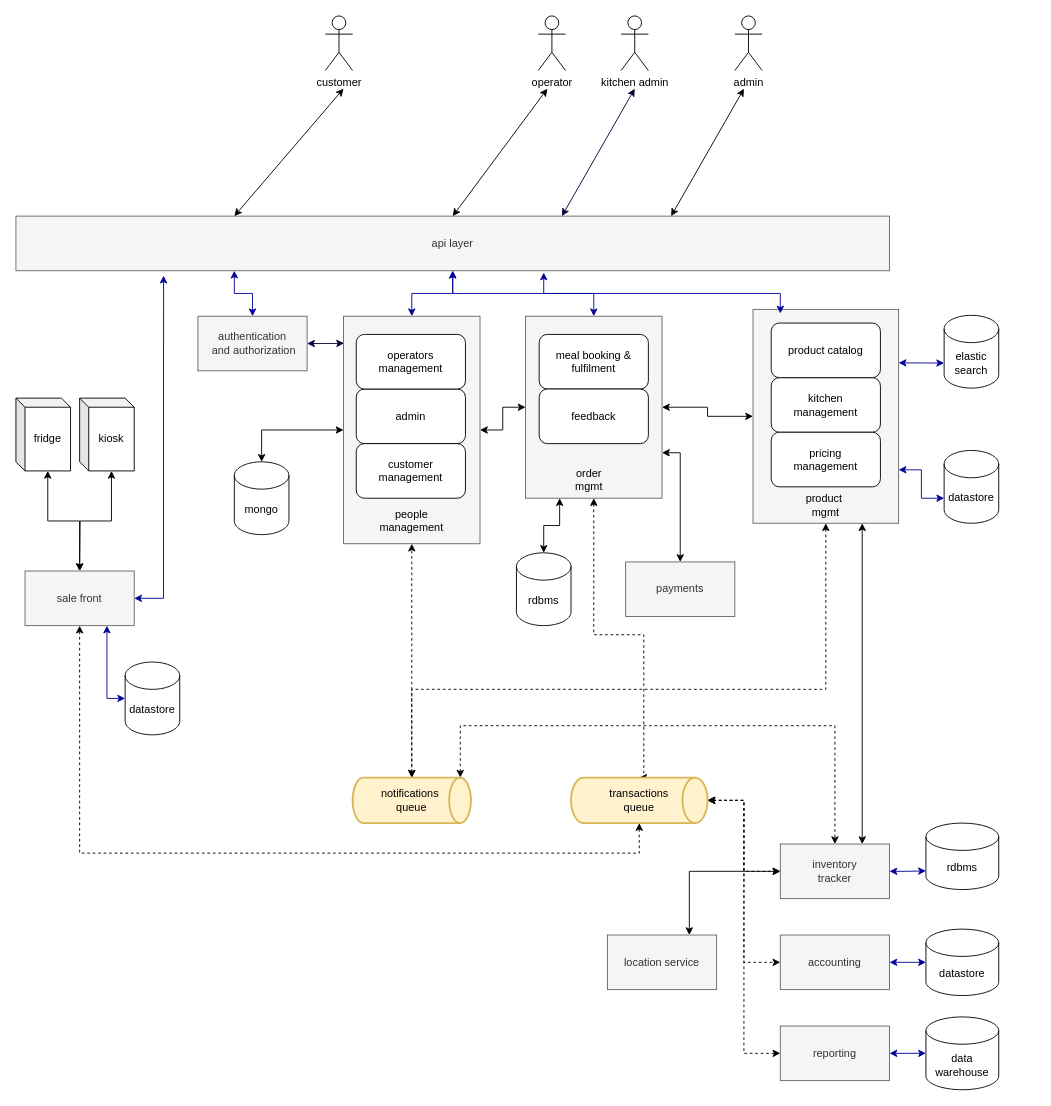
Above: farmacy architecture.drawio in vasco-11/archi-kata (draw.io), before the change. Source tidied: cells renumbered, new cells numbered last; positions are measured from the earlier drawing's top-left corner, leaving out a move shared by most shapes. Both pictures are drawn from the tidied source at 91%, with x=0, y=0 at pixel (15, 15).
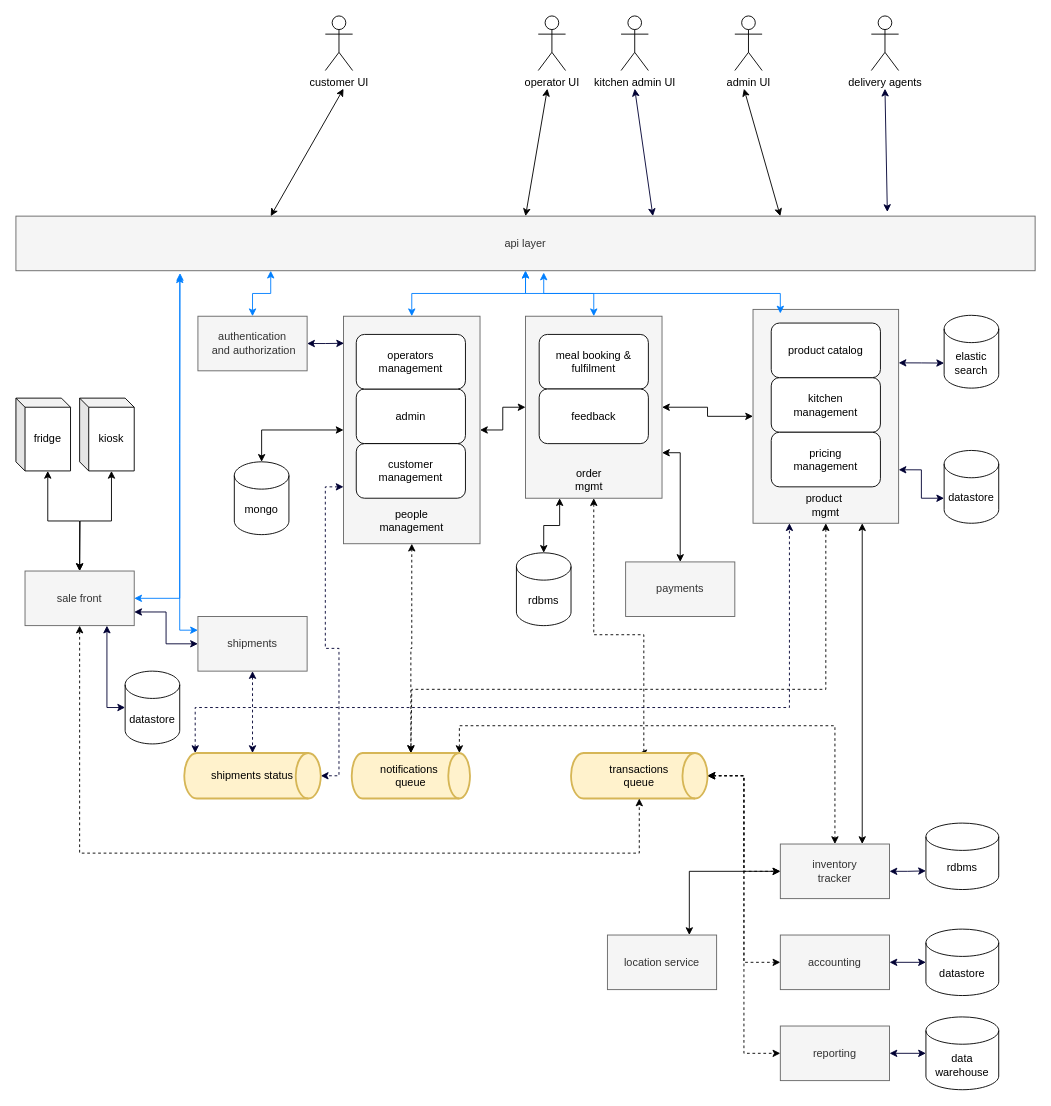
After the change.

Commit message (it also covers changes not shown here):
architecture updates - adds readme and missing components in diagram

Unchanged cells that the change refers to:
```xml
<mxCell id="6" style="rounded=0;whiteSpace=wrap;html=1;fillColor=#f5f5f5;strokeColor=#666666;fontColor=#333333;" parent="1" vertex="1">
  <mxGeometry x="810" y="322.5" width="160" height="235" as="geometry" />
</mxCell>
<mxCell id="12" style="rounded=0;whiteSpace=wrap;html=1;fillColor=#f5f5f5;strokeColor=#666666;fontColor=#333333;" parent="1" vertex="1">
  <mxGeometry x="560" y="330" width="150" height="200" as="geometry" />
</mxCell>
<mxCell id="14" style="rounded=0;whiteSpace=wrap;html=1;fillColor=#f5f5f5;strokeColor=#666666;fontColor=#333333;" parent="1" vertex="1">
  <mxGeometry x="360" y="330" width="150" height="250" as="geometry" />
</mxCell>
<mxCell id="27" value="authentication&lt;br&gt;&amp;nbsp;and authorization" style="rounded=0;whiteSpace=wrap;html=1;fillColor=#f5f5f5;strokeColor=#666666;fontColor=#333333;" parent="1" vertex="1">
  <mxGeometry x="200" y="330" width="120" height="60" as="geometry" />
</mxCell>
<mxCell id="50" value="sale front" style="rounded=0;whiteSpace=wrap;html=1;fillColor=#f5f5f5;strokeColor=#666666;fontColor=#333333;" parent="1" vertex="1">
  <mxGeometry x="10" y="610" width="120" height="60" as="geometry" />
</mxCell>
<mxCell id="55" value="accounting" style="rounded=0;whiteSpace=wrap;html=1;fillColor=#f5f5f5;strokeColor=#666666;fontColor=#333333;" parent="1" vertex="1">
  <mxGeometry x="840" y="1010" width="120" height="60" as="geometry" />
</mxCell>
<mxCell id="56" value="reporting" style="rounded=0;whiteSpace=wrap;html=1;glass=0;fillColor=#f5f5f5;strokeColor=#666666;fontColor=#333333;" parent="1" vertex="1">
  <mxGeometry x="840" y="1110" width="120" height="60" as="geometry" />
</mxCell>
<mxCell id="58" value="inventory&lt;br&gt;tracker" style="rounded=0;whiteSpace=wrap;html=1;fillColor=#f5f5f5;strokeColor=#666666;fontColor=#333333;" parent="1" vertex="1">
  <mxGeometry x="840" y="910" width="120" height="60" as="geometry" />
</mxCell>
<mxCell id="65" value="elastic search" style="shape=cylinder3;whiteSpace=wrap;html=1;boundedLbl=1;backgroundOutline=1;size=15;rounded=0;glass=0;align=center;" parent="1" vertex="1">
  <mxGeometry x="1020" y="329" width="60" height="80" as="geometry" />
</mxCell>
<mxCell id="66" value="datastore" style="shape=cylinder3;whiteSpace=wrap;html=1;boundedLbl=1;backgroundOutline=1;size=15;rounded=0;glass=0;align=center;" parent="1" vertex="1">
  <mxGeometry x="1020" y="477.5" width="60" height="80" as="geometry" />
</mxCell>
<mxCell id="67" value="rdbms" style="shape=cylinder3;whiteSpace=wrap;html=1;boundedLbl=1;backgroundOutline=1;size=15;rounded=0;glass=0;align=center;" parent="1" vertex="1">
  <mxGeometry x="1000" y="887" width="80" height="73" as="geometry" />
</mxCell>
<mxCell id="69" value="data &lt;br&gt;warehouse" style="shape=cylinder3;whiteSpace=wrap;html=1;boundedLbl=1;backgroundOutline=1;size=15;rounded=0;glass=0;align=center;" parent="1" vertex="1">
  <mxGeometry x="1000" y="1100" width="80" height="80" as="geometry" />
</mxCell>
<mxCell id="71" value="datastore" style="shape=cylinder3;whiteSpace=wrap;html=1;boundedLbl=1;backgroundOutline=1;size=15;rounded=0;glass=0;align=center;" parent="1" vertex="1">
  <mxGeometry x="1000" y="1003.5" width="80" height="73" as="geometry" />
</mxCell>
```

Diff of the diagram source:
```diff
@@
-    <mxCell id="4" style="edgeStyle=orthogonalEdgeStyle;rounded=0;jettySize=auto;html=1;exitX=1;exitY=0.25;exitDx=0;exitDy=0;entryX=0;entryY=0;entryDx=0;entryDy=52.5;entryPerimeter=0;startArrow=classic;startFill=1;strokeColor=#000099;" parent="1" edge="1" source="6" target="65">
+    <mxCell id="4" style="edgeStyle=orthogonalEdgeStyle;rounded=0;jettySize=auto;html=1;exitX=1;exitY=0.25;exitDx=0;exitDy=0;entryX=0;entryY=0;entryDx=0;entryDy=52.5;entryPerimeter=0;startArrow=classic;startFill=1;strokeColor=#000033;" parent="1" edge="1" source="6" target="65">
       <mxGeometry relative="1" as="geometry" />
     </mxCell>
-    <mxCell id="5" style="edgeStyle=orthogonalEdgeStyle;rounded=0;jettySize=auto;html=1;exitX=1;exitY=0.75;exitDx=0;exitDy=0;entryX=0;entryY=0;entryDx=0;entryDy=52.5;entryPerimeter=0;startArrow=classic;startFill=1;strokeColor=#000099;" parent="1" edge="1" source="6" target="66">
+    <mxCell id="5" style="edgeStyle=orthogonalEdgeStyle;rounded=0;jettySize=auto;html=1;exitX=1;exitY=0.75;exitDx=0;exitDy=0;entryX=0;entryY=0;entryDx=0;entryDy=52.5;entryPerimeter=0;startArrow=classic;startFill=1;strokeColor=#000033;" parent="1" edge="1" source="6" target="66">
       <mxGeometry relative="1" as="geometry" />
     </mxCell>
@@
+    <mxCell id="74" style="edgeStyle=orthogonalEdgeStyle;rounded=0;jettySize=auto;html=1;exitX=0;exitY=0.75;exitDx=0;exitDy=0;entryX=1;entryY=0.5;entryDx=0;entryDy=0;entryPerimeter=0;startArrow=classic;startFill=1;strokeColor=#000033;dashed=1;" parent="1" edge="1" source="14" target="80">
+      <mxGeometry relative="1" as="geometry" />
+    </mxCell>
@@
-    <mxCell id="15" style="edgeStyle=orthogonalEdgeStyle;rounded=0;jettySize=auto;html=1;exitX=0.25;exitY=1;exitDx=0;exitDy=0;startArrow=classic;startFill=1;strokeColor=#000099;" parent="1" edge="1" source="19" target="27">
+    <mxCell id="15" style="edgeStyle=orthogonalEdgeStyle;rounded=0;jettySize=auto;html=1;exitX=0.25;exitY=1;exitDx=0;exitDy=0;startArrow=classic;startFill=1;strokeColor=#007FFF;" parent="1" edge="1" source="19" target="27">
       <mxGeometry relative="1" as="geometry" />
     </mxCell>
-    <mxCell id="16" style="edgeStyle=orthogonalEdgeStyle;rounded=0;jettySize=auto;html=1;exitX=0.5;exitY=1;exitDx=0;exitDy=0;entryX=0.5;entryY=0;entryDx=0;entryDy=0;startArrow=classic;startFill=1;strokeColor=#000099;" parent="1" edge="1" source="19" target="14">
+    <mxCell id="16" style="edgeStyle=orthogonalEdgeStyle;rounded=0;jettySize=auto;html=1;exitX=0.5;exitY=1;exitDx=0;exitDy=0;entryX=0.5;entryY=0;entryDx=0;entryDy=0;startArrow=classic;startFill=1;strokeColor=#007FFF;" parent="1" edge="1" source="19" target="14">
       <mxGeometry relative="1" as="geometry" />
     </mxCell>
-    <mxCell id="17" style="edgeStyle=orthogonalEdgeStyle;rounded=0;jettySize=auto;html=1;exitX=0.5;exitY=1;exitDx=0;exitDy=0;entryX=0.5;entryY=0;entryDx=0;entryDy=0;startArrow=classic;startFill=1;strokeColor=#000099;" parent="1" edge="1" source="19" target="12">
+    <mxCell id="17" style="edgeStyle=orthogonalEdgeStyle;rounded=0;jettySize=auto;html=1;exitX=0.5;exitY=1;exitDx=0;exitDy=0;entryX=0.5;entryY=0;entryDx=0;entryDy=0;startArrow=classic;startFill=1;strokeColor=#007FFF;" parent="1" edge="1" source="19" target="12">
       <mxGeometry relative="1" as="geometry" />
     </mxCell>
-    <mxCell id="18" style="edgeStyle=orthogonalEdgeStyle;rounded=0;orthogonalLoop=1;jettySize=auto;html=1;exitX=0.5;exitY=1;exitDx=0;exitDy=0;startArrow=classic;startFill=1;strokeColor=#000099;" parent="1" edge="1">
+    <mxCell id="18" style="edgeStyle=orthogonalEdgeStyle;rounded=0;orthogonalLoop=1;jettySize=auto;html=1;exitX=0.5;exitY=1;exitDx=0;exitDy=0;startArrow=classic;startFill=1;strokeColor=#007FFF;" parent="1" edge="1">
       <mxGeometry relative="1" as="geometry">
         <mxPoint x="580" y="282" as="sourcePoint" />
         <mxPoint x="840" y="327" as="targetPoint" />
         <Array as="points">
           <mxPoint x="580" y="305" />
           <mxPoint x="840" y="305" />
         </Array>
       </mxGeometry>
     </mxCell>
     <mxCell id="19" value="api layer" style="rounded=0;whiteSpace=wrap;html=1;fillColor=#f5f5f5;strokeColor=#666666;fontColor=#333333;" parent="1" vertex="1">
-      <mxGeometry y="220" width="960" height="60" as="geometry" />
+      <mxGeometry y="220" width="1120" height="60" as="geometry" />
     </mxCell>
-    <mxCell id="20" value="customer" style="shape=umlActor;verticalLabelPosition=bottom;verticalAlign=top;html=1;" parent="1" vertex="1">
+    <mxCell id="20" value="customer UI" style="shape=umlActor;verticalLabelPosition=bottom;verticalAlign=top;html=1;" parent="1" vertex="1">
       <mxGeometry x="340" width="30" height="60" as="geometry" />
     </mxCell>
-    <mxCell id="21" value="operator" style="shape=umlActor;verticalLabelPosition=bottom;verticalAlign=top;html=1;" parent="1" vertex="1">
+    <mxCell id="21" value="operator UI" style="shape=umlActor;verticalLabelPosition=bottom;verticalAlign=top;html=1;" parent="1" vertex="1">
       <mxGeometry x="574" width="30" height="60" as="geometry" />
     </mxCell>
-    <mxCell id="22" value="admin" style="shape=umlActor;verticalLabelPosition=bottom;verticalAlign=top;html=1;" parent="1" vertex="1">
+    <mxCell id="22" value="admin UI" style="shape=umlActor;verticalLabelPosition=bottom;verticalAlign=top;html=1;" parent="1" vertex="1">
       <mxGeometry x="790" width="30" height="60" as="geometry" />
     </mxCell>
@@
     <mxCell id="43" value="transactions&lt;br&gt;queue" style="strokeWidth=2;html=1;shape=mxgraph.flowchart.direct_data;whiteSpace=wrap;fillColor=#fff2cc;strokeColor=#d6b656;" parent="1" vertex="1">
-      <mxGeometry x="610" y="837" width="150" height="50" as="geometry" />
+      <mxGeometry x="610" y="810" width="150" height="50" as="geometry" />
     </mxCell>
@@
     <mxCell id="46" value="notifications&amp;nbsp;&lt;br&gt;queue" style="strokeWidth=2;html=1;shape=mxgraph.flowchart.direct_data;whiteSpace=wrap;fillColor=#fff2cc;strokeColor=#d6b656;" parent="1" vertex="1">
-      <mxGeometry x="370" y="837" width="130" height="50" as="geometry" />
+      <mxGeometry x="369" y="810" width="130" height="50" as="geometry" />
     </mxCell>
@@
-    <mxCell id="48" style="edgeStyle=orthogonalEdgeStyle;rounded=0;jettySize=auto;html=1;exitX=1;exitY=0.5;exitDx=0;exitDy=0;entryX=0.169;entryY=1.09;entryDx=0;entryDy=0;entryPerimeter=0;startArrow=classic;startFill=1;strokeColor=#000099;" parent="1" edge="1" source="50" target="19">
-      <mxGeometry relative="1" as="geometry" />
+    <mxCell id="48" style="edgeStyle=orthogonalEdgeStyle;rounded=0;jettySize=auto;html=1;exitX=1;exitY=0.5;exitDx=0;exitDy=0;startArrow=classic;startFill=1;strokeColor=#007FFF;" parent="1" edge="1" source="50">
+      <mxGeometry relative="1" as="geometry">
+        <mxPoint x="180" y="285" as="targetPoint" />
+        <Array as="points">
+          <mxPoint x="180" y="640" />
+          <mxPoint x="180" y="285" />
+        </Array>
+      </mxGeometry>
     </mxCell>
-    <mxCell id="49" style="edgeStyle=orthogonalEdgeStyle;rounded=0;jettySize=auto;html=1;exitX=0.75;exitY=1;exitDx=0;exitDy=0;entryX=0;entryY=0.5;entryDx=0;entryDy=0;entryPerimeter=0;startArrow=classic;startFill=1;strokeColor=#000099;" parent="1" edge="1" source="50" target="72">
+    <mxCell id="49" style="edgeStyle=orthogonalEdgeStyle;rounded=0;jettySize=auto;html=1;exitX=0.75;exitY=1;exitDx=0;exitDy=0;entryX=0;entryY=0.5;entryDx=0;entryDy=0;entryPerimeter=0;startArrow=classic;startFill=1;strokeColor=#000033;" parent="1" edge="1" source="50" target="72">
       <mxGeometry relative="1" as="geometry" />
     </mxCell>
+    <mxCell id="75" style="edgeStyle=orthogonalEdgeStyle;rounded=0;jettySize=auto;html=1;exitX=1;exitY=0.75;exitDx=0;exitDy=0;entryX=0;entryY=0.5;entryDx=0;entryDy=0;startArrow=classic;startFill=1;strokeColor=#000033;" parent="1" edge="1" source="50" target="78">
+      <mxGeometry relative="1" as="geometry" />
+    </mxCell>
@@
-    <mxCell id="57" style="edgeStyle=orthogonalEdgeStyle;rounded=0;jettySize=auto;html=1;exitX=1;exitY=0.5;exitDx=0;exitDy=0;entryX=0;entryY=0;entryDx=0;entryDy=52.5;entryPerimeter=0;startArrow=classic;startFill=1;strokeColor=#000099;" parent="1" edge="1" source="58" target="67">
+    <mxCell id="57" style="edgeStyle=orthogonalEdgeStyle;rounded=0;jettySize=auto;html=1;exitX=1;exitY=0.5;exitDx=0;exitDy=0;entryX=0;entryY=0;entryDx=0;entryDy=52.5;entryPerimeter=0;startArrow=classic;startFill=1;strokeColor=#000033;" parent="1" edge="1" source="58" target="67">
       <mxGeometry relative="1" as="geometry" />
     </mxCell>
@@
-    <mxCell id="60" value="kitchen admin" style="shape=umlActor;verticalLabelPosition=bottom;verticalAlign=top;html=1;align=center;" parent="1" vertex="1">
+    <mxCell id="60" value="kitchen admin UI" style="shape=umlActor;verticalLabelPosition=bottom;verticalAlign=top;html=1;align=center;" parent="1" vertex="1">
       <mxGeometry x="665" width="30" height="60" as="geometry" />
     </mxCell>
@@
-    <mxCell id="68" style="edgeStyle=orthogonalEdgeStyle;rounded=0;jettySize=auto;html=1;startArrow=classic;startFill=1;strokeColor=#000099;" parent="1" edge="1" source="69" target="56">
+    <mxCell id="68" style="edgeStyle=orthogonalEdgeStyle;rounded=0;jettySize=auto;html=1;startArrow=classic;startFill=1;strokeColor=#000033;" parent="1" edge="1" source="69" target="56">
       <mxGeometry relative="1" as="geometry" />
     </mxCell>
@@
-    <mxCell id="70" style="edgeStyle=orthogonalEdgeStyle;rounded=0;jettySize=auto;html=1;startArrow=classic;startFill=1;strokeColor=#000099;" parent="1" edge="1" source="71" target="55">
+    <mxCell id="70" style="edgeStyle=orthogonalEdgeStyle;rounded=0;jettySize=auto;html=1;startArrow=classic;startFill=1;strokeColor=#000033;" parent="1" edge="1" source="71" target="55">
       <mxGeometry relative="1" as="geometry" />
     </mxCell>
@@
     <mxCell id="72" value="datastore" style="shape=cylinder3;whiteSpace=wrap;html=1;boundedLbl=1;backgroundOutline=1;size=15;rounded=0;glass=0;align=center;" parent="1" vertex="1">
-      <mxGeometry x="120" y="710" width="60" height="80" as="geometry" />
+      <mxGeometry x="120" y="720" width="60" height="80" as="geometry" />
     </mxCell>
@@
+    <mxCell id="76" style="edgeStyle=orthogonalEdgeStyle;rounded=0;jettySize=auto;html=1;exitX=0.5;exitY=1;exitDx=0;exitDy=0;startArrow=classic;startFill=1;strokeColor=#000033;dashed=1;" parent="1" edge="1" source="78" target="80">
+      <mxGeometry relative="1" as="geometry" />
+    </mxCell>
+    <mxCell id="77" style="edgeStyle=orthogonalEdgeStyle;rounded=0;jettySize=auto;html=1;exitX=0;exitY=0.25;exitDx=0;exitDy=0;entryX=0.161;entryY=1.043;entryDx=0;entryDy=0;entryPerimeter=0;startArrow=classic;startFill=1;strokeColor=#007FFF;" parent="1" edge="1" source="78" target="19">
+      <mxGeometry relative="1" as="geometry" />
+    </mxCell>
+    <mxCell id="78" value="shipments" style="rounded=0;whiteSpace=wrap;html=1;glass=0;align=center;fillColor=#f5f5f5;strokeColor=#666666;fontColor=#333333;" parent="1" vertex="1">
+      <mxGeometry x="200" y="660" width="120" height="60" as="geometry" />
+    </mxCell>
+    <mxCell id="79" style="edgeStyle=orthogonalEdgeStyle;rounded=0;jettySize=auto;html=1;exitX=0.08;exitY=0;exitDx=0;exitDy=0;exitPerimeter=0;entryX=0.25;entryY=1;entryDx=0;entryDy=0;dashed=1;startArrow=classic;startFill=1;strokeColor=#000033;" parent="1" edge="1" source="80" target="6">
+      <mxGeometry relative="1" as="geometry">
+        <Array as="points">
+          <mxPoint x="197" y="760" />
+          <mxPoint x="850" y="760" />
+        </Array>
+      </mxGeometry>
+    </mxCell>
+    <mxCell id="80" value="shipments status" style="strokeWidth=2;html=1;shape=mxgraph.flowchart.direct_data;whiteSpace=wrap;fillColor=#fff2cc;strokeColor=#d6b656;" parent="1" vertex="1">
+      <mxGeometry x="185" y="810" width="150" height="50" as="geometry" />
+    </mxCell>
+    <mxCell id="81" value="delivery agents" style="shape=umlActor;verticalLabelPosition=bottom;verticalAlign=top;html=1;rounded=0;glass=0;align=center;" parent="1" vertex="1">
+      <mxGeometry x="940" width="30" height="60" as="geometry" />
+    </mxCell>
+    <mxCell id="82" style="endArrow=classic;startArrow=classic;html=1;strokeColor=#000033;exitX=0.855;exitY=-0.076;exitDx=0;exitDy=0;exitPerimeter=0;" parent="1" edge="1" source="19">
+      <mxGeometry relative="1" as="geometry">
+        <mxPoint x="955" y="80" as="targetPoint" />
+      </mxGeometry>
+    </mxCell>
```
